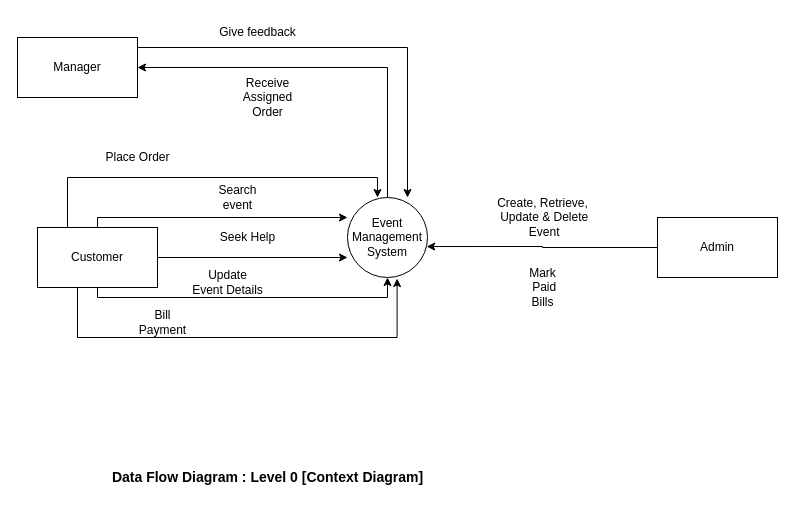
Before: Untitled Diagram.drawio in axif0/370_project, a draw.io diagram. Source tidied: cells renumbered, new cells numbered last; positions are measured from the earlier drawing's top-left corner, leaving out a move shared by most shapes. Both pictures are drawn from the tidied source at 100%, with x=0, y=0 at pixel (17, 17).
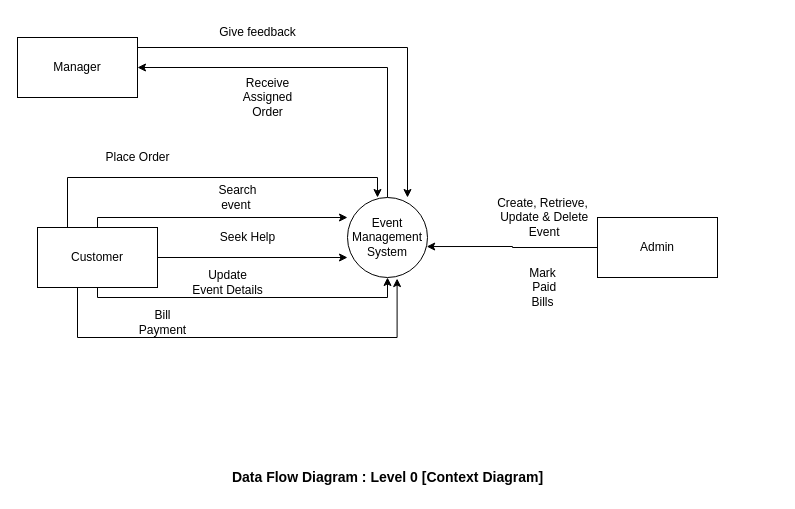
Above is the later version.

Diff of the diagram source:
```diff
@@
     <mxCell id="5" value="Admin" style="rounded=0;whiteSpace=wrap;html=1;" parent="1" vertex="1">
-      <mxGeometry x="640" y="200" width="120" height="60" as="geometry" />
+      <mxGeometry x="580" y="200" width="120" height="60" as="geometry" />
     </mxCell>
@@
-    <mxCell id="15" value="Search &lt;br&gt;event" style="text;html=1;align=center;verticalAlign=middle;strokeColor=none;fillColor=none;" parent="1" vertex="1">
+    <mxCell id="15" value="Search &lt;br&gt;event&amp;nbsp;" style="text;html=1;align=center;verticalAlign=middle;strokeColor=none;fillColor=none;" parent="1" vertex="1">
       <mxGeometry x="190" y="160" width="60" height="40" as="geometry" />
     </mxCell>
@@
     <mxCell id="23" value="&lt;b&gt;&lt;font style=&quot;font-size: 14px;&quot;&gt;Data Flow Diagram : Level 0 [Context Diagram]&lt;br/&gt;&lt;/font&gt;&lt;/b&gt;" style="text;html=1;align=center;verticalAlign=middle;strokeColor=none;fillColor=none;" parent="1" vertex="1">
-      <mxGeometry x="85" y="445" width="330" height="30" as="geometry" />
+      <mxGeometry x="205" y="445" width="330" height="30" as="geometry" />
     </mxCell>
```
